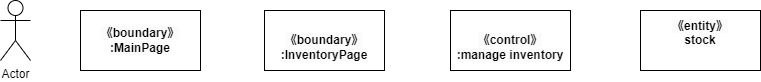
Earlier version of the draw.io export psp4/シーケンス図/シーケンス図_在庫管理.drawio.png (MasakiHiguchi/---). Source tidied: cells renumbered, new cells last; positions are measured from the earlier drawing's top-left corner, leaving out a move shared by most shapes.
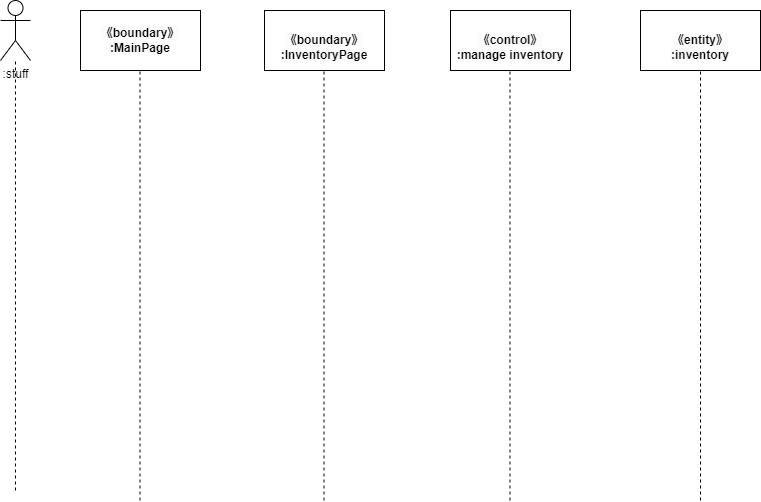
The same file after the commit.

What changed in the source:
```diff
@@ -2,7 +2,7 @@
   <root>
     <mxCell id="0" />
     <mxCell id="1" parent="0" />
-    <mxCell id="2" value="Actor" style="shape=umlActor;verticalLabelPosition=bottom;verticalAlign=top;html=1;outlineConnect=0;" parent="1" vertex="1">
+    <mxCell id="2" value=":stuff" style="shape=umlActor;verticalLabelPosition=bottom;verticalAlign=top;html=1;outlineConnect=0;" parent="1" vertex="1">
       <mxGeometry width="30" height="60" as="geometry" />
     </mxCell>
     <mxCell id="3" value="&lt;span style=&quot;color: rgb(0, 0, 0); font-family: Helvetica; font-size: 12px; font-style: normal; font-variant-ligatures: normal; font-variant-caps: normal; font-weight: 700; letter-spacing: normal; orphans: 2; text-align: center; text-indent: 0px; text-transform: none; widows: 2; word-spacing: 0px; -webkit-text-stroke-width: 0px; background-color: rgb(251, 251, 251); text-decoration-thickness: initial; text-decoration-style: initial; text-decoration-color: initial; float: none; display: inline !important;&quot;&gt;《boundary》&lt;/span&gt;&lt;br style=&quot;border-color: var(--border-color); color: rgb(0, 0, 0); font-family: Helvetica; font-size: 12px; font-style: normal; font-variant-ligatures: normal; font-variant-caps: normal; font-weight: 700; letter-spacing: normal; orphans: 2; text-align: center; text-indent: 0px; text-transform: none; widows: 2; word-spacing: 0px; -webkit-text-stroke-width: 0px; background-color: rgb(251, 251, 251); text-decoration-thickness: initial; text-decoration-style: initial; text-decoration-color: initial;&quot;&gt;&lt;span style=&quot;color: rgb(0, 0, 0); font-family: Helvetica; font-size: 12px; font-style: normal; font-variant-ligatures: normal; font-variant-caps: normal; font-weight: 700; letter-spacing: normal; orphans: 2; text-align: center; text-indent: 0px; text-transform: none; widows: 2; word-spacing: 0px; -webkit-text-stroke-width: 0px; background-color: rgb(251, 251, 251); text-decoration-thickness: initial; text-decoration-style: initial; text-decoration-color: initial; float: none; display: inline !important;&quot;&gt;:MainPage&lt;/span&gt;" style="rounded=0;whiteSpace=wrap;html=1;" parent="1" vertex="1">
@@ -14,8 +14,37 @@
     <mxCell id="5" value="&lt;br&gt;&lt;span style=&quot;color: rgb(0, 0, 0); font-family: Helvetica; font-size: 12px; font-style: normal; font-variant-ligatures: normal; font-variant-caps: normal; font-weight: 700; letter-spacing: normal; orphans: 2; text-align: center; text-indent: 0px; text-transform: none; widows: 2; word-spacing: 0px; -webkit-text-stroke-width: 0px; background-color: rgb(251, 251, 251); text-decoration-thickness: initial; text-decoration-style: initial; text-decoration-color: initial; float: none; display: inline !important;&quot;&gt;《control》&lt;/span&gt;&lt;br style=&quot;border-color: var(--border-color); color: rgb(0, 0, 0); font-family: Helvetica; font-size: 12px; font-style: normal; font-variant-ligatures: normal; font-variant-caps: normal; font-weight: 700; letter-spacing: normal; orphans: 2; text-align: center; text-indent: 0px; text-transform: none; widows: 2; word-spacing: 0px; -webkit-text-stroke-width: 0px; background-color: rgb(251, 251, 251); text-decoration-thickness: initial; text-decoration-style: initial; text-decoration-color: initial;&quot;&gt;&lt;span style=&quot;color: rgb(0, 0, 0); font-family: Helvetica; font-size: 12px; font-style: normal; font-variant-ligatures: normal; font-variant-caps: normal; font-weight: 700; letter-spacing: normal; orphans: 2; text-align: center; text-indent: 0px; text-transform: none; widows: 2; word-spacing: 0px; -webkit-text-stroke-width: 0px; background-color: rgb(251, 251, 251); text-decoration-thickness: initial; text-decoration-style: initial; text-decoration-color: initial; float: none; display: inline !important;&quot;&gt;:manage inventory&lt;/span&gt;&lt;br&gt;" style="rounded=0;whiteSpace=wrap;html=1;" parent="1" vertex="1">
       <mxGeometry x="450" y="10" width="120" height="60" as="geometry" />
     </mxCell>
-    <mxCell id="6" value="&#10;&lt;span style=&quot;color: rgb(0, 0, 0); font-family: Helvetica; font-size: 12px; font-style: normal; font-variant-ligatures: normal; font-variant-caps: normal; font-weight: 700; letter-spacing: normal; orphans: 2; text-align: center; text-indent: 0px; text-transform: none; widows: 2; word-spacing: 0px; -webkit-text-stroke-width: 0px; background-color: rgb(251, 251, 251); text-decoration-thickness: initial; text-decoration-style: initial; text-decoration-color: initial; float: none; display: inline !important;&quot;&gt;《entity》&lt;/span&gt;&lt;br style=&quot;border-color: var(--border-color); padding: 0px; margin: 0px; color: rgb(0, 0, 0); font-family: Helvetica; font-size: 12px; font-style: normal; font-variant-ligatures: normal; font-variant-caps: normal; font-weight: 700; letter-spacing: normal; orphans: 2; text-align: center; text-indent: 0px; text-transform: none; widows: 2; word-spacing: 0px; -webkit-text-stroke-width: 0px; background-color: rgb(251, 251, 251); text-decoration-thickness: initial; text-decoration-style: initial; text-decoration-color: initial;&quot;&gt;&lt;span style=&quot;color: rgb(0, 0, 0); font-family: Helvetica; font-size: 12px; font-style: normal; font-variant-ligatures: normal; font-variant-caps: normal; font-weight: 700; letter-spacing: normal; orphans: 2; text-align: center; text-indent: 0px; text-transform: none; widows: 2; word-spacing: 0px; -webkit-text-stroke-width: 0px; background-color: rgb(251, 251, 251); text-decoration-thickness: initial; text-decoration-style: initial; text-decoration-color: initial; float: none; display: inline !important;&quot;&gt;stock&lt;/span&gt;&#10;&#10;" style="rounded=0;whiteSpace=wrap;html=1;" parent="1" vertex="1">
+    <mxCell id="6" value="&lt;br&gt;&lt;span style=&quot;color: rgb(0, 0, 0); font-family: Helvetica; font-size: 12px; font-style: normal; font-variant-ligatures: normal; font-variant-caps: normal; font-weight: 700; letter-spacing: normal; orphans: 2; text-align: center; text-indent: 0px; text-transform: none; widows: 2; word-spacing: 0px; -webkit-text-stroke-width: 0px; background-color: rgb(251, 251, 251); text-decoration-thickness: initial; text-decoration-style: initial; text-decoration-color: initial; float: none; display: inline !important;&quot;&gt;《entity》&lt;/span&gt;&lt;br style=&quot;border-color: var(--border-color); padding: 0px; margin: 0px; color: rgb(0, 0, 0); font-family: Helvetica; font-size: 12px; font-style: normal; font-variant-ligatures: normal; font-variant-caps: normal; font-weight: 700; letter-spacing: normal; orphans: 2; text-align: center; text-indent: 0px; text-transform: none; widows: 2; word-spacing: 0px; -webkit-text-stroke-width: 0px; background-color: rgb(251, 251, 251); text-decoration-thickness: initial; text-decoration-style: initial; text-decoration-color: initial;&quot;&gt;&lt;span style=&quot;color: rgb(0, 0, 0); font-family: Helvetica; font-size: 12px; font-style: normal; font-variant-ligatures: normal; font-variant-caps: normal; font-weight: 700; letter-spacing: normal; orphans: 2; text-align: center; text-indent: 0px; text-transform: none; widows: 2; word-spacing: 0px; -webkit-text-stroke-width: 0px; background-color: rgb(251, 251, 251); text-decoration-thickness: initial; text-decoration-style: initial; text-decoration-color: initial; float: none; display: inline !important;&quot;&gt;:inventory&lt;/span&gt;&lt;br&gt;" style="rounded=0;whiteSpace=wrap;html=1;" parent="1" vertex="1">
       <mxGeometry x="640" y="10" width="120" height="60" as="geometry" />
     </mxCell>
+    <mxCell id="7" style="endArrow=none;dashed=1;html=1;" parent="1" edge="1" target="2">
+      <mxGeometry relative="1" as="geometry">
+        <mxPoint x="15" y="490" as="sourcePoint" />
+      </mxGeometry>
+    </mxCell>
+    <mxCell id="8" style="endArrow=none;dashed=1;html=1;" parent="1" edge="1">
+      <mxGeometry relative="1" as="geometry">
+        <mxPoint x="139.5" y="500" as="sourcePoint" />
+        <mxPoint x="139.5" y="70" as="targetPoint" />
+      </mxGeometry>
+    </mxCell>
+    <mxCell id="9" style="endArrow=none;dashed=1;html=1;" parent="1" edge="1">
+      <mxGeometry relative="1" as="geometry">
+        <mxPoint x="700" y="500" as="sourcePoint" />
+        <mxPoint x="700" y="70" as="targetPoint" />
+      </mxGeometry>
+    </mxCell>
+    <mxCell id="10" style="endArrow=none;dashed=1;html=1;" parent="1" edge="1">
+      <mxGeometry relative="1" as="geometry">
+        <mxPoint x="509.5" y="500" as="sourcePoint" />
+        <mxPoint x="509.5" y="70" as="targetPoint" />
+      </mxGeometry>
+    </mxCell>
+    <mxCell id="11" style="endArrow=none;dashed=1;html=1;" parent="1" edge="1">
+      <mxGeometry relative="1" as="geometry">
+        <mxPoint x="323.5" y="500" as="sourcePoint" />
+        <mxPoint x="323.5" y="70" as="targetPoint" />
+      </mxGeometry>
+    </mxCell>
   </root>
 </mxGraphModel>
```
